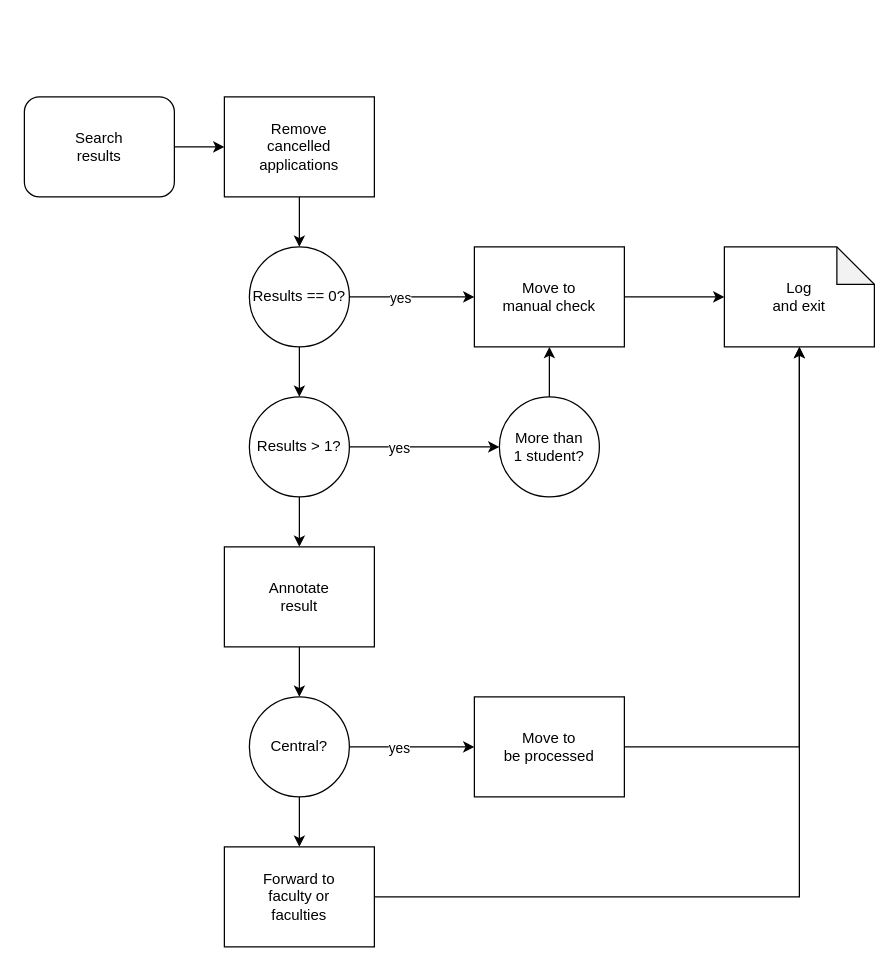
This is page "process search results" (3 of 3) of flowchart_parser.drawio from uu-asc/bbc-forwarder, a draw.io file, before an edit. Source tidied: cells renumbered, new cells numbered last; positions are measured from the earlier drawing's top-left corner, leaving out a move shared by most shapes. Both pictures are drawn from the tidied source at 125%, with x=0, y=0 at pixel (24, 96).
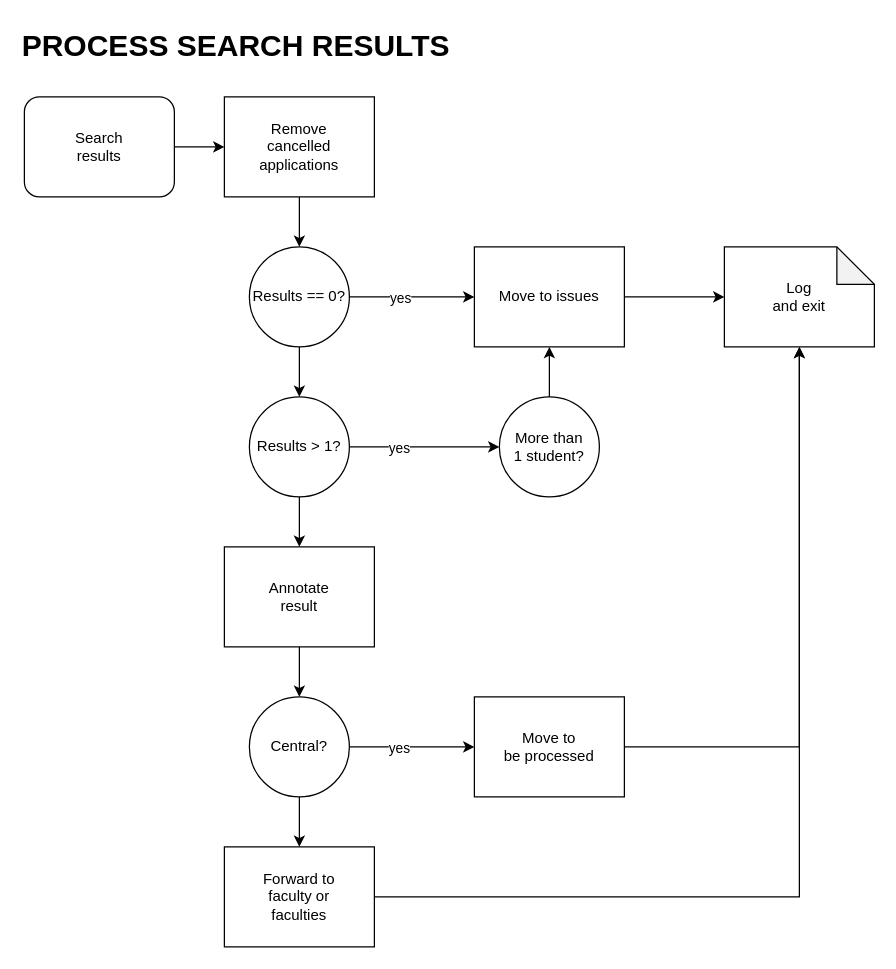
The same diagram, later.

What changed in the source:
```diff
@@
-    <mxCell id="22" value="Move to&lt;br&gt;manual check" style="rounded=0;whiteSpace=wrap;html=1;" parent="1" vertex="1">
+    <mxCell id="22" value="Move to issues" style="rounded=0;whiteSpace=wrap;html=1;" parent="1" vertex="1">
       <mxGeometry x="360" y="120" width="120" height="80" as="geometry" />
     </mxCell>
@@
+    <mxCell id="29" value="PROCESS SEARCH RESULTS" style="text;strokeColor=none;fillColor=none;html=1;fontSize=24;fontStyle=1;verticalAlign=middle;align=center;" parent="1" vertex="1">
+      <mxGeometry x="119" y="-60" width="100" height="40" as="geometry" />
+    </mxCell>
```
